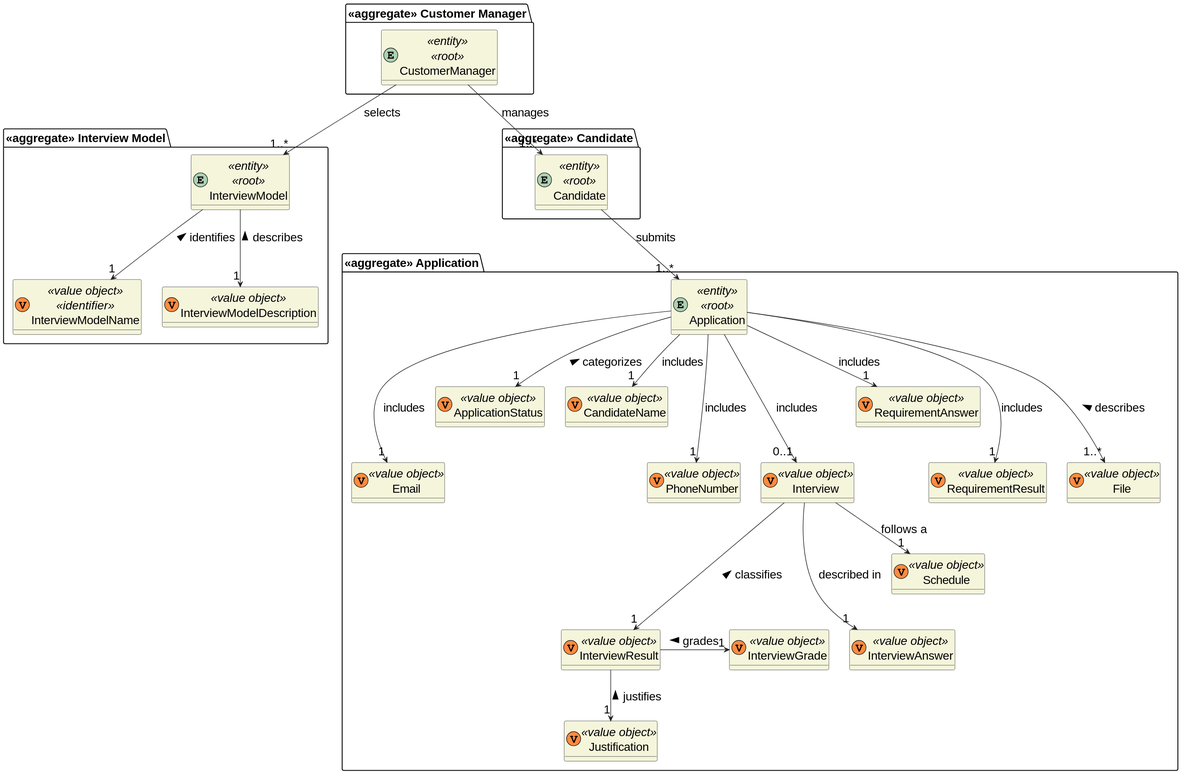
rita-barbosa/LAPR4-2324 keeps this PlantUML diagram as docs/sprint-c/us_1017/DM/US1017_DM.svg. Above is the earlier version. The source it was exported from:
```plantuml
@startuml
skinparamlocked defaultFontSize 20

skinparam classAttributeIconSize 0
hide empty attributes
skinparam classBackgroundColor beige
skinparam ArrowColor #222222


package "<<aggregate>> Interview Model" {
    entity InterviewModel <<entity>> <<root>>  {}
    class InterviewModelName <<(V,#FF8B40) value object>> <<identifier>> {}
    class InterviewModelDescription <<(V,#FF8B40) value object>> {}
}

package "<<aggregate>> Customer Manager" {
    entity CustomerManager <<entity>> <<root>>  {}
}

package "<<aggregate>> Candidate" {
    entity Candidate <<entity>>  <<root>>{}
}

package "<<aggregate>> Application" {
    entity Application <<entity>><<root>>  {}
    class Email <<(V,#FF8B40) value object>> {}
    class ApplicationStatus <<(V,#FF8B40) value object>> {}
    class CandidateName <<(V,#FF8B40) value object>> {}
    class PhoneNumber <<(V,#FF8B40) value object>> {}
    class Interview <<(V,#FF8B40) value object>>   {}
    class InterviewAnswer <<(V,#FF8B40) value object>>   {}
    class InterviewResult <<(V,#FF8B40) value object>>   {}
    class Justification <<(V,#FF8B40) value object>>   {}
    class InterviewGrade <<(V,#FF8B40) value object>>   {}
    class RequirementAnswer <<(V,#FF8B40) value object>>   {}
    class RequirementResult <<(V,#FF8B40) value object>>   {}
    class InterviewAnswer <<(V,#FF8B40) value object>>   {}
    class Schedule <<(V,#FF8B40) value object>> {}
    class File <<(V,#FF8B40) value object>> {}
}

CustomerManager --> "1..*" Candidate : manages
CustomerManager --> "1..*" InterviewModel : selects

Candidate --> "1..*" Application : submits

Application ---> "0..1" Interview : includes
Application --> "1" RequirementAnswer : includes
Application ---> "1" RequirementResult : includes
Application ---> "1" Email: includes
Application --> "1" CandidateName: includes
Application ---> "1" PhoneNumber: includes
Application ---> "1..*" File : describes <
Application --> "1" ApplicationStatus : categorizes <


Interview ---> "1" InterviewAnswer: described in
Interview ---> "1" InterviewResult: classifies <
InterviewResult -> "1" InterviewGrade: grades <
InterviewResult --> "1" Justification: justifies <
Interview --> "1" Schedule : follows a

InterviewModel --> "1" InterviewModelName: identifies <
InterviewModel --> "1" InterviewModelDescription: describes <
@enduml
```
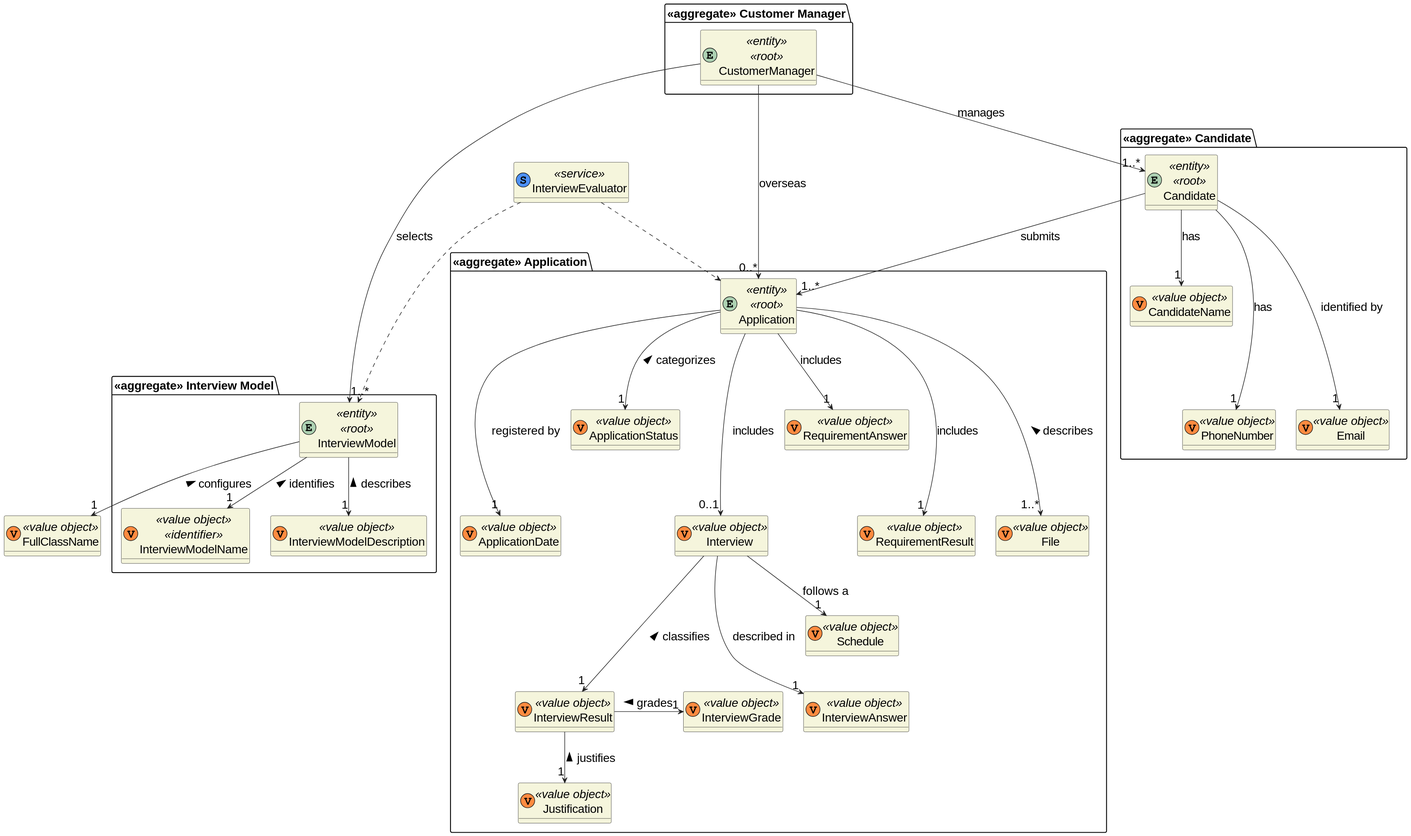
Later version of the same file.

Commit message:
docs: updates domain model of us1017.

[#201]

What changed in the source:
```diff
@@ -6,6 +6,10 @@
 skinparam classBackgroundColor beige
 skinparam ArrowColor #222222
 
+
+ class FullClassName <<(V,#FF8B40) value object>> {}
+
+    class InterviewEvaluator <<(S,#4d91f7) service>> {}
 
 package "<<aggregate>> Interview Model" {
     entity InterviewModel <<entity>> <<root>>  {}
@@ -19,14 +23,15 @@
 
 package "<<aggregate>> Candidate" {
     entity Candidate <<entity>>  <<root>>{}
+    class CandidateName <<(V,#FF8B40) value object>> {}
+    class PhoneNumber <<(V,#FF8B40) value object>> {}
+    class Email <<(V,#FF8B40) value object>> {}
 }
 
 package "<<aggregate>> Application" {
     entity Application <<entity>><<root>>  {}
-    class Email <<(V,#FF8B40) value object>> {}
+    class ApplicationDate <<(V,#FF8B40) value object>> {}
     class ApplicationStatus <<(V,#FF8B40) value object>> {}
-    class CandidateName <<(V,#FF8B40) value object>> {}
-    class PhoneNumber <<(V,#FF8B40) value object>> {}
     class Interview <<(V,#FF8B40) value object>>   {}
     class InterviewAnswer <<(V,#FF8B40) value object>>   {}
     class InterviewResult <<(V,#FF8B40) value object>>   {}
@@ -36,23 +41,27 @@
     class RequirementResult <<(V,#FF8B40) value object>>   {}
     class InterviewAnswer <<(V,#FF8B40) value object>>   {}
     class Schedule <<(V,#FF8B40) value object>> {}
-    class File <<(V,#FF8B40) value object>> {}
+     class File <<(V,#FF8B40) value object>> {}
 }
 
+CustomerManager ---> "0..*" Application : overseas
 CustomerManager --> "1..*" Candidate : manages
 CustomerManager --> "1..*" InterviewModel : selects
 
 Candidate --> "1..*" Application : submits
+Candidate ---> "1" Email: identified by
+Candidate --> "1" CandidateName: has
+Candidate ---> "1" PhoneNumber: has
 
 Application ---> "0..1" Interview : includes
 Application --> "1" RequirementAnswer : includes
 Application ---> "1" RequirementResult : includes
-Application ---> "1" Email: includes
-Application --> "1" CandidateName: includes
-Application ---> "1" PhoneNumber: includes
 Application ---> "1..*" File : describes <
+Application ---> "1" ApplicationDate : registered by
 Application --> "1" ApplicationStatus : categorizes <
 
+InterviewEvaluator .-> Application
+InterviewEvaluator .--> InterviewModel
 
 Interview ---> "1" InterviewAnswer: described in
 Interview ---> "1" InterviewResult: classifies <
@@ -62,4 +71,5 @@
 
 InterviewModel --> "1" InterviewModelName: identifies <
 InterviewModel --> "1" InterviewModelDescription: describes <
+InterviewModel --> "1" FullClassName: configures <
 @enduml
```
